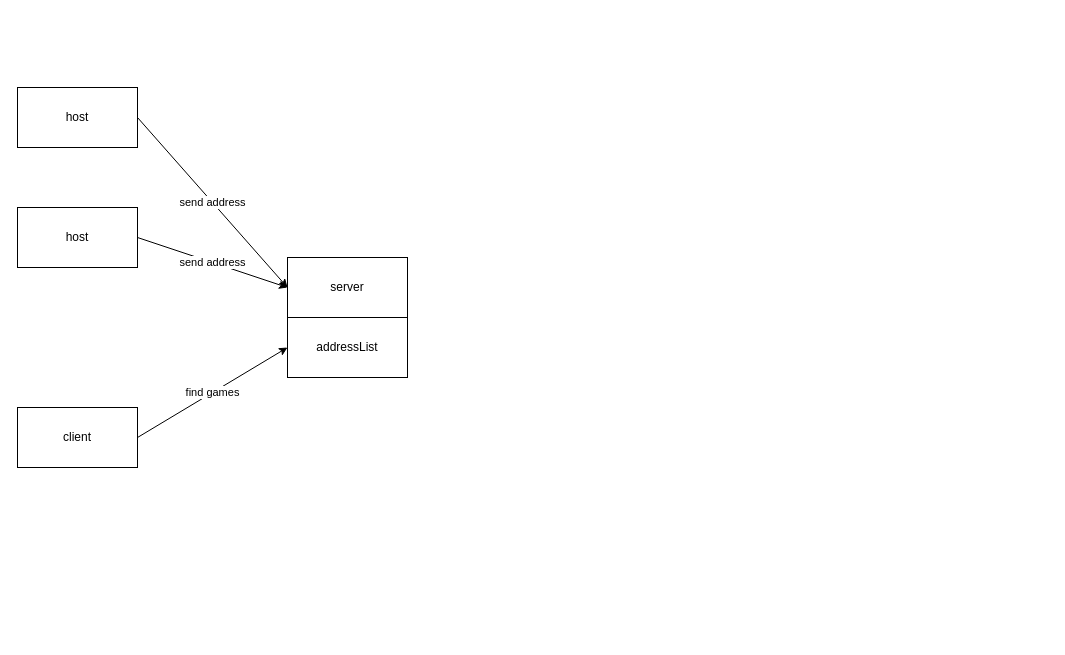
The draw.io diagram docs/finder.drawio in vxsfx/speedPredator, before the edit. Source tidied: cells renumbered, new cells numbered last; positions are measured from the earlier drawing's top-left corner, leaving out a move shared by most shapes. Both pictures are drawn from the tidied source at 100%, with x=0, y=0 at pixel (17, 87).
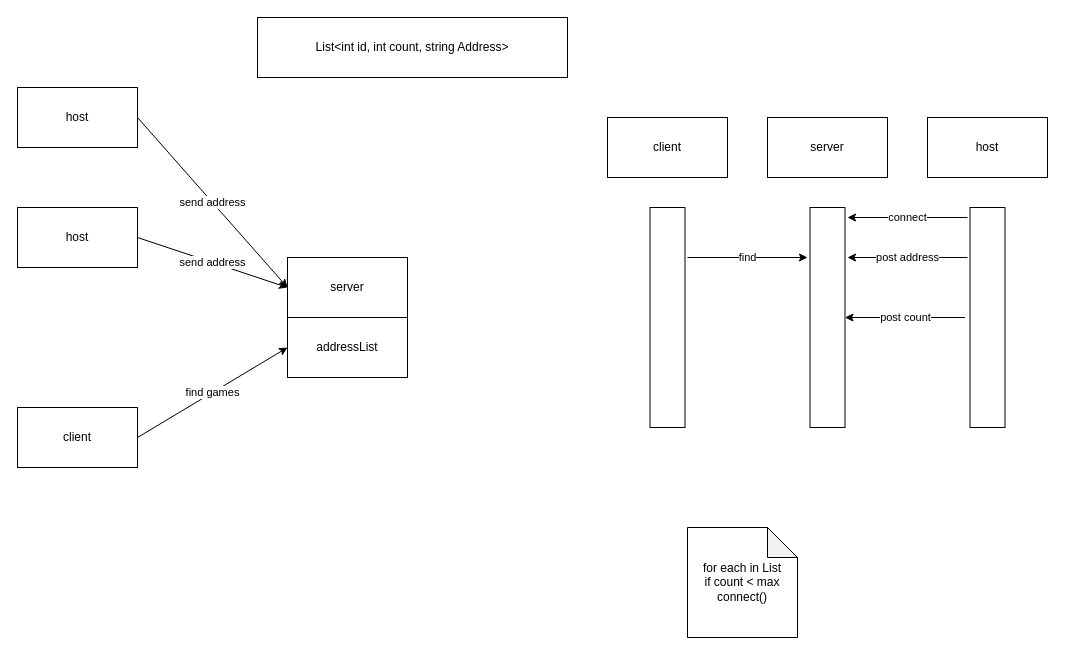
Above is the later version.

Diff of the diagram source:
```diff
@@
+    <mxCell id="10" value="server" style="rounded=0;whiteSpace=wrap;html=1;" parent="1" vertex="1">
+      <mxGeometry x="750" y="30" width="120" height="60" as="geometry" />
+    </mxCell>
+    <mxCell id="11" value="host" style="rounded=0;whiteSpace=wrap;html=1;" parent="1" vertex="1">
+      <mxGeometry x="910" y="30" width="120" height="60" as="geometry" />
+    </mxCell>
+    <mxCell id="12" value="client" style="rounded=0;whiteSpace=wrap;html=1;" parent="1" vertex="1">
+      <mxGeometry x="590" y="30" width="120" height="60" as="geometry" />
+    </mxCell>
+    <mxCell id="13" value="connect" style="endArrow=classic;html=1;rounded=0;" parent="1" edge="1">
+      <mxGeometry relative="1" as="geometry">
+        <mxPoint x="950" y="130" as="sourcePoint" />
+        <mxPoint x="830" y="130" as="targetPoint" />
+      </mxGeometry>
+    </mxCell>
+    <mxCell id="14" value="post address" style="endArrow=classic;html=1;rounded=0;" parent="1" edge="1">
+      <mxGeometry relative="1" as="geometry">
+        <mxPoint x="950" y="170" as="sourcePoint" />
+        <mxPoint x="830" y="170" as="targetPoint" />
+      </mxGeometry>
+    </mxCell>
+    <mxCell id="15" value="find" style="endArrow=classic;html=1;rounded=0;" parent="1" edge="1">
+      <mxGeometry relative="1" as="geometry">
+        <mxPoint x="670" y="170" as="sourcePoint" />
+        <mxPoint x="790" y="170" as="targetPoint" />
+      </mxGeometry>
+    </mxCell>
+    <mxCell id="16" value="post count" style="endArrow=classic;html=1;rounded=0;" parent="1" edge="1">
+      <mxGeometry relative="1" as="geometry">
+        <mxPoint x="947.5" y="230" as="sourcePoint" />
+        <mxPoint x="827.5" y="230" as="targetPoint" />
+      </mxGeometry>
+    </mxCell>
+    <mxCell id="17" value="List&amp;lt;int id, int count, string Address&amp;gt;" style="rounded=0;whiteSpace=wrap;html=1;" parent="1" vertex="1">
+      <mxGeometry x="240" y="-70" width="310" height="60" as="geometry" />
+    </mxCell>
+    <mxCell id="18" style="rounded=0;whiteSpace=wrap;html=1;" parent="1" vertex="1">
+      <mxGeometry x="792.5" y="120" width="35" height="220" as="geometry" />
+    </mxCell>
+    <mxCell id="19" style="rounded=0;whiteSpace=wrap;html=1;" parent="1" vertex="1">
+      <mxGeometry x="952.5" y="120" width="35" height="220" as="geometry" />
+    </mxCell>
+    <mxCell id="20" style="rounded=0;whiteSpace=wrap;html=1;" parent="1" vertex="1">
+      <mxGeometry x="632.5" y="120" width="35" height="220" as="geometry" />
+    </mxCell>
+    <mxCell id="21" value="for each in List&lt;br&gt;if count &amp;lt; max&lt;br&gt;connect()" style="shape=note;whiteSpace=wrap;html=1;backgroundOutline=1;darkOpacity=0.05;" parent="1" vertex="1">
+      <mxGeometry x="670" y="440" width="110" height="110" as="geometry" />
+    </mxCell>
```
